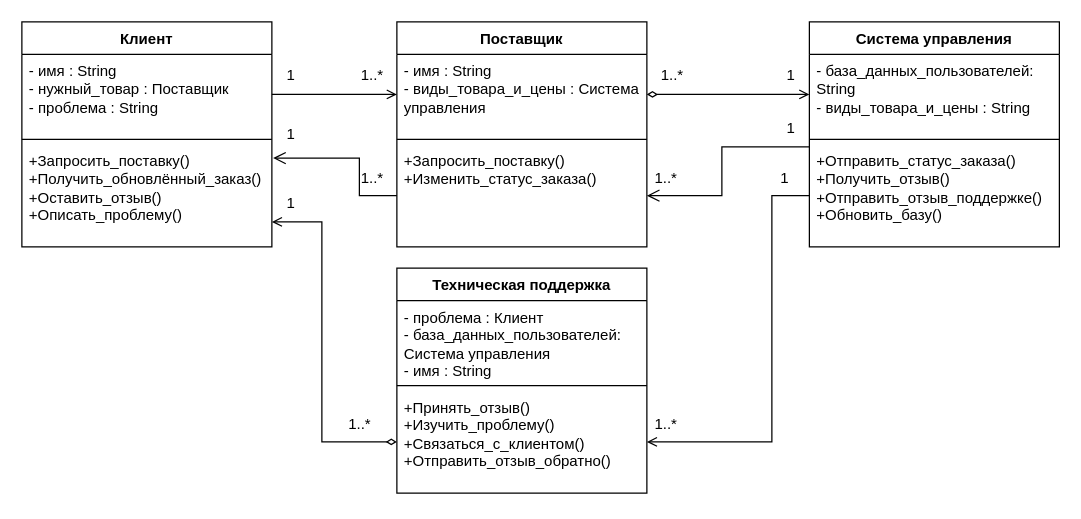
Helpmepleaseitishard/Aikms keeps this draw.io diagram as page "Page-4" (4 of 4) of 2.drawio. Above is the earlier version. Source tidied: cells renumbered, new cells numbered last; positions are measured from the earlier drawing's top-left corner, leaving out a move shared by most shapes. Both pictures are drawn from the tidied source at 125%, with x=0, y=0 at pixel (21, 21).
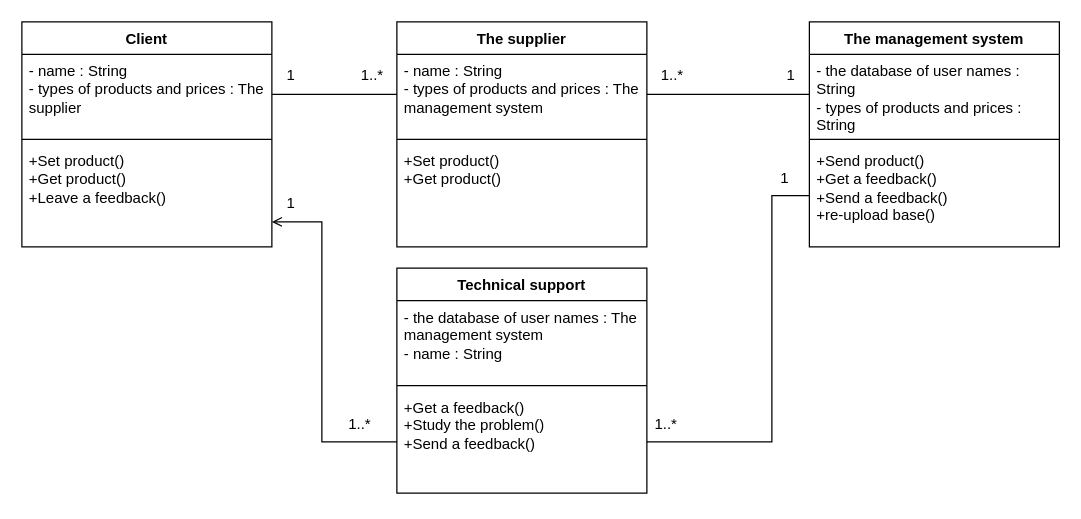
Above is the later version.

Change to the diagram source:
```diff
@@
-    <mxCell id="2" value="Система управления" style="swimlane;fontStyle=1;align=center;verticalAlign=top;horizontal=1;startSize=26;whiteSpace=wrap;html=1;" parent="1" vertex="1">
+    <mxCell id="2" value="The management system" style="swimlane;fontStyle=1;align=center;verticalAlign=top;horizontal=1;startSize=26;whiteSpace=wrap;html=1;" parent="1" vertex="1">
       <mxGeometry x="630" width="200" height="180" as="geometry" />
     </mxCell>
-    <mxCell id="3" value="&lt;div&gt;- база_данных_пользователей: String&lt;/div&gt;&lt;div&gt;&lt;div&gt;&lt;div&gt;- виды_товара_и_цены : String&lt;/div&gt;&lt;/div&gt;&lt;/div&gt;" style="text;strokeColor=none;fillColor=none;align=left;verticalAlign=top;spacingLeft=4;spacingRight=4;overflow=hidden;points=[[0,0.5],[1,0.5]];portConstraint=eastwest;whiteSpace=wrap;html=1;" parent="2" vertex="1">
+    <mxCell id="3" value="&lt;div&gt;- the database of user names : String&lt;/div&gt;&lt;div&gt;&lt;div&gt;&lt;div&gt;-&amp;nbsp;types of&amp;nbsp;&lt;span style=&quot;white-space: pre-wrap;&quot;&gt;&lt;/span&gt;&lt;span style=&quot;white-space: pre-wrap;&quot; class=&quot;aNeGP0gI0B9AV8JaHPyH&quot;&gt;product&lt;/span&gt;s and prices : String&lt;/div&gt;&lt;/div&gt;&lt;/div&gt;" style="text;strokeColor=none;fillColor=none;align=left;verticalAlign=top;spacingLeft=4;spacingRight=4;overflow=hidden;points=[[0,0.5],[1,0.5]];portConstraint=eastwest;whiteSpace=wrap;html=1;" parent="2" vertex="1">
       <mxGeometry y="26" width="200" height="64" as="geometry" />
     </mxCell>
@@
-    <mxCell id="5" value="&lt;div&gt;&lt;div&gt;+Отправить_статус_заказа()&lt;/div&gt;&lt;/div&gt;&lt;div&gt;&lt;div&gt;+Получить_отзыв()&lt;/div&gt;&lt;div&gt;+Отправить_отзыв_поддержке()&lt;/div&gt;&lt;div&gt;+Обновить_базу()&lt;/div&gt;&lt;/div&gt;" style="text;strokeColor=none;fillColor=none;align=left;verticalAlign=top;spacingLeft=4;spacingRight=4;overflow=hidden;points=[[0,0.5],[1,0.5]];portConstraint=eastwest;whiteSpace=wrap;html=1;" parent="2" vertex="1">
+    <mxCell id="5" value="&lt;div&gt;&lt;div&gt;+Send product()&lt;/div&gt;&lt;div&gt;&lt;div&gt;&lt;div&gt;&lt;div&gt;+Get a feedback()&lt;/div&gt;&lt;/div&gt;&lt;/div&gt;&lt;/div&gt;&lt;/div&gt;&lt;div&gt;&lt;div&gt;&lt;div&gt;&lt;div&gt;+Send a feedback()&lt;/div&gt;&lt;/div&gt;&lt;/div&gt;&lt;div&gt;+re-upload base()&lt;/div&gt;&lt;/div&gt;" style="text;strokeColor=none;fillColor=none;align=left;verticalAlign=top;spacingLeft=4;spacingRight=4;overflow=hidden;points=[[0,0.5],[1,0.5]];portConstraint=eastwest;whiteSpace=wrap;html=1;" parent="2" vertex="1">
       <mxGeometry y="98" width="200" height="82" as="geometry" />
     </mxCell>
-    <mxCell id="6" value="Поставщик" style="swimlane;fontStyle=1;align=center;verticalAlign=top;horizontal=1;startSize=26;whiteSpace=wrap;html=1;" parent="1" vertex="1">
+    <mxCell id="6" value="The supplier" style="swimlane;fontStyle=1;align=center;verticalAlign=top;horizontal=1;startSize=26;whiteSpace=wrap;html=1;" parent="1" vertex="1">
       <mxGeometry x="300" width="200" height="180" as="geometry" />
     </mxCell>
-    <mxCell id="7" value="&lt;div&gt;- имя : String&lt;/div&gt;&lt;div&gt;&lt;div&gt;&lt;div&gt;&lt;div&gt;&lt;div&gt;-&amp;nbsp;виды_товара_и_цены : Система управления&lt;/div&gt;&lt;/div&gt;&lt;/div&gt;&lt;/div&gt;&lt;/div&gt;" style="text;strokeColor=none;fillColor=none;align=left;verticalAlign=top;spacingLeft=4;spacingRight=4;overflow=hidden;points=[[0,0.5],[1,0.5]];portConstraint=eastwest;whiteSpace=wrap;html=1;" parent="6" vertex="1">
+    <mxCell id="7" value="&lt;div&gt;- name : String&lt;/div&gt;&lt;div&gt;&lt;div&gt;&lt;div&gt;&lt;div&gt;&lt;div&gt;-&amp;nbsp;types of&amp;nbsp;&lt;span style=&quot;white-space: pre-wrap;&quot;&gt;&lt;/span&gt;&lt;span style=&quot;white-space: pre-wrap;&quot; class=&quot;aNeGP0gI0B9AV8JaHPyH&quot;&gt;product&lt;/span&gt;s and prices : The management system&lt;/div&gt;&lt;/div&gt;&lt;/div&gt;&lt;/div&gt;&lt;/div&gt;" style="text;strokeColor=none;fillColor=none;align=left;verticalAlign=top;spacingLeft=4;spacingRight=4;overflow=hidden;points=[[0,0.5],[1,0.5]];portConstraint=eastwest;whiteSpace=wrap;html=1;" parent="6" vertex="1">
       <mxGeometry y="26" width="200" height="64" as="geometry" />
     </mxCell>
@@
-    <mxCell id="9" value="&lt;div&gt;&lt;div&gt;+Запросить_поставку()&lt;/div&gt;&lt;/div&gt;&lt;div&gt;+Изменить_статус_заказа()&lt;/div&gt;&lt;div&gt;&lt;br&gt;&lt;/div&gt;" style="text;strokeColor=none;fillColor=none;align=left;verticalAlign=top;spacingLeft=4;spacingRight=4;overflow=hidden;points=[[0,0.5],[1,0.5]];portConstraint=eastwest;whiteSpace=wrap;html=1;" parent="6" vertex="1">
+    <mxCell id="9" value="&lt;div&gt;+Set product()&lt;br&gt;&lt;/div&gt;&lt;div&gt;&lt;div&gt;+Get product()&lt;/div&gt;&lt;/div&gt;&lt;div&gt;&lt;div&gt;&lt;br&gt;&lt;/div&gt;&lt;/div&gt;" style="text;strokeColor=none;fillColor=none;align=left;verticalAlign=top;spacingLeft=4;spacingRight=4;overflow=hidden;points=[[0,0.5],[1,0.5]];portConstraint=eastwest;whiteSpace=wrap;html=1;" parent="6" vertex="1">
       <mxGeometry y="98" width="200" height="82" as="geometry" />
     </mxCell>
-    <mxCell id="10" value="Клиент" style="swimlane;fontStyle=1;align=center;verticalAlign=top;horizontal=1;startSize=26;whiteSpace=wrap;html=1;" parent="1" vertex="1">
+    <mxCell id="10" value="Client" style="swimlane;fontStyle=1;align=center;verticalAlign=top;horizontal=1;startSize=26;whiteSpace=wrap;html=1;" parent="1" vertex="1">
       <mxGeometry width="200" height="180" as="geometry" />
     </mxCell>
-    <mxCell id="11" value="&lt;div&gt;- имя : String&lt;/div&gt;&lt;div&gt;&lt;div&gt;&lt;div&gt;- нужный_товар : Поставщик&lt;/div&gt;&lt;div&gt;&lt;div&gt;- проблема : String&lt;/div&gt;&lt;/div&gt;&lt;/div&gt;&lt;/div&gt;" style="text;strokeColor=none;fillColor=none;align=left;verticalAlign=top;spacingLeft=4;spacingRight=4;overflow=hidden;points=[[0,0.5],[1,0.5]];portConstraint=eastwest;whiteSpace=wrap;html=1;" parent="10" vertex="1">
+    <mxCell id="11" value="&lt;div&gt;- name : String&lt;/div&gt;&lt;div&gt;&lt;div&gt;&lt;div&gt;- types of&amp;nbsp;&lt;span style=&quot;white-space: pre-wrap;&quot;&gt;&lt;/span&gt;&lt;span style=&quot;white-space: pre-wrap;&quot; class=&quot;aNeGP0gI0B9AV8JaHPyH&quot;&gt;product&lt;/span&gt;s and prices : The supplier&lt;/div&gt;&lt;/div&gt;&lt;/div&gt;" style="text;strokeColor=none;fillColor=none;align=left;verticalAlign=top;spacingLeft=4;spacingRight=4;overflow=hidden;points=[[0,0.5],[1,0.5]];portConstraint=eastwest;whiteSpace=wrap;html=1;" parent="10" vertex="1">
       <mxGeometry y="26" width="200" height="64" as="geometry" />
     </mxCell>
@@
-    <mxCell id="13" value="&lt;div&gt;+Запросить_поставку()&lt;/div&gt;&lt;div&gt;&lt;div&gt;+Получить_обновлённый_заказ()&lt;/div&gt;&lt;/div&gt;&lt;div&gt;+Оставить_отзыв()&lt;/div&gt;&lt;div&gt;&lt;div&gt;+Описать_проблему()&lt;/div&gt;&lt;/div&gt;" style="text;strokeColor=none;fillColor=none;align=left;verticalAlign=top;spacingLeft=4;spacingRight=4;overflow=hidden;points=[[0,0.5],[1,0.5]];portConstraint=eastwest;whiteSpace=wrap;html=1;" parent="10" vertex="1">
+    <mxCell id="13" value="&lt;div&gt;+Set product()&lt;br&gt;&lt;/div&gt;&lt;div&gt;&lt;div&gt;+Get product()&lt;/div&gt;&lt;/div&gt;&lt;div&gt;+Leave a feedback()&lt;/div&gt;" style="text;strokeColor=none;fillColor=none;align=left;verticalAlign=top;spacingLeft=4;spacingRight=4;overflow=hidden;points=[[0,0.5],[1,0.5]];portConstraint=eastwest;whiteSpace=wrap;html=1;" parent="10" vertex="1">
       <mxGeometry y="98" width="200" height="82" as="geometry" />
     </mxCell>
-    <mxCell id="14" style="edgeStyle=orthogonalEdgeStyle;rounded=0;jettySize=auto;html=1;strokeWidth=1;endArrow=open;endFill=0;startArrow=diamondThin;startFill=0;exitX=0;exitY=0.5;exitDx=0;exitDy=0;" parent="1" edge="1" source="18">
+    <mxCell id="14" style="edgeStyle=orthogonalEdgeStyle;rounded=0;jettySize=auto;html=1;strokeWidth=1;endArrow=open;endFill=0;startArrow=none;startFill=0;exitX=0;exitY=0.5;exitDx=0;exitDy=0;" parent="1" edge="1" source="18">
       <mxGeometry relative="1" as="geometry">
         <mxPoint x="200" y="160" as="targetPoint" />
         <Array as="points">
           <mxPoint x="240" y="336" />
           <mxPoint x="240" y="160" />
           <mxPoint x="200" y="160" />
         </Array>
       </mxGeometry>
     </mxCell>
-    <mxCell id="15" value="Техническая поддержка" style="swimlane;fontStyle=1;align=center;verticalAlign=top;horizontal=1;startSize=26;whiteSpace=wrap;html=1;" parent="1" vertex="1">
+    <mxCell id="15" value="Technical support" style="swimlane;fontStyle=1;align=center;verticalAlign=top;horizontal=1;startSize=26;whiteSpace=wrap;html=1;" parent="1" vertex="1">
       <mxGeometry x="300" y="197" width="200" height="180" as="geometry" />
     </mxCell>
-    <mxCell id="16" value="&lt;div&gt;- проблема : Клиент&lt;/div&gt;&lt;div&gt;&lt;div&gt;&lt;div&gt;- база_данных_пользователей: Система управления&lt;div&gt;&lt;div&gt;- имя : String&lt;/div&gt;&lt;/div&gt;&lt;/div&gt;&lt;/div&gt;&lt;/div&gt;" style="text;strokeColor=none;fillColor=none;align=left;verticalAlign=top;spacingLeft=4;spacingRight=4;overflow=hidden;whiteSpace=wrap;html=1;" parent="15" vertex="1">
+    <mxCell id="16" value="&lt;div&gt;- the database of user names : The management system&lt;div&gt;&lt;div&gt;&lt;div&gt;- name : String&lt;/div&gt;&lt;/div&gt;&lt;/div&gt;&lt;/div&gt;" style="text;strokeColor=none;fillColor=none;align=left;verticalAlign=top;spacingLeft=4;spacingRight=4;overflow=hidden;whiteSpace=wrap;html=1;" parent="15" vertex="1">
       <mxGeometry y="26" width="200" height="64" as="geometry" />
     </mxCell>
@@
-    <mxCell id="18" value="&lt;div&gt;+Принять_отзыв()&lt;/div&gt;&lt;div&gt;+Изучить_проблему()&lt;/div&gt;&lt;div&gt;&lt;div&gt;+Связаться_с_клиентом()&lt;/div&gt;&lt;/div&gt;&lt;div&gt;&lt;div&gt;+Отправить_отзыв_обратно()&lt;/div&gt;&lt;/div&gt;" style="text;strokeColor=none;fillColor=none;align=left;verticalAlign=top;spacingLeft=4;spacingRight=4;overflow=hidden;points=[[0,0.5],[1,0.5]];portConstraint=eastwest;whiteSpace=wrap;html=1;" parent="15" vertex="1">
+    <mxCell id="18" value="&lt;div&gt;&lt;div&gt;&lt;div&gt;&lt;div&gt;&lt;div&gt;+Get a feedback()&lt;/div&gt;&lt;/div&gt;&lt;/div&gt;&lt;/div&gt;&lt;/div&gt;&lt;div&gt;+Study the problem()&lt;/div&gt;&lt;div&gt;&lt;div&gt;&lt;div&gt;&lt;div&gt;&lt;div&gt;+Send a feedback()&lt;/div&gt;&lt;/div&gt;&lt;/div&gt;&lt;/div&gt;&lt;/div&gt;" style="text;strokeColor=none;fillColor=none;align=left;verticalAlign=top;spacingLeft=4;spacingRight=4;overflow=hidden;points=[[0,0.5],[1,0.5]];portConstraint=eastwest;whiteSpace=wrap;html=1;" parent="15" vertex="1">
       <mxGeometry y="98" width="200" height="82" as="geometry" />
     </mxCell>
-    <mxCell id="19" style="edgeStyle=orthogonalEdgeStyle;rounded=0;jettySize=auto;html=1;exitX=1;exitY=0.5;exitDx=0;exitDy=0;entryX=0;entryY=0.5;entryDx=0;entryDy=0;strokeWidth=1;endArrow=open;endFill=0;" parent="1" edge="1" source="11" target="7">
+    <mxCell id="19" style="edgeStyle=orthogonalEdgeStyle;rounded=0;jettySize=auto;html=1;exitX=1;exitY=0.5;exitDx=0;exitDy=0;entryX=0;entryY=0.5;entryDx=0;entryDy=0;strokeWidth=1;endArrow=none;endFill=0;startFill=0;" parent="1" edge="1" source="11" target="7">
       <mxGeometry relative="1" as="geometry" />
     </mxCell>
-    <mxCell id="20" style="edgeStyle=orthogonalEdgeStyle;rounded=0;jettySize=auto;html=1;exitX=1;exitY=0.5;exitDx=0;exitDy=0;entryX=0;entryY=0.5;entryDx=0;entryDy=0;endArrow=open;endFill=0;startArrow=diamondThin;startFill=0;" parent="1" edge="1" source="7" target="3">
+    <mxCell id="20" style="edgeStyle=orthogonalEdgeStyle;rounded=0;jettySize=auto;html=1;exitX=1;exitY=0.5;exitDx=0;exitDy=0;entryX=0;entryY=0.5;entryDx=0;entryDy=0;endArrow=none;endFill=0;startArrow=none;startFill=0;" parent="1" edge="1" source="7" target="3">
       <mxGeometry relative="1" as="geometry" />
     </mxCell>
-    <mxCell id="21" style="edgeStyle=orthogonalEdgeStyle;rounded=0;jettySize=auto;html=1;exitX=0;exitY=0.5;exitDx=0;exitDy=0;entryX=1;entryY=0.5;entryDx=0;entryDy=0;endArrow=open;endFill=0;" parent="1" edge="1" source="5" target="18">
+    <mxCell id="21" style="edgeStyle=orthogonalEdgeStyle;rounded=0;jettySize=auto;html=1;exitX=0;exitY=0.5;exitDx=0;exitDy=0;entryX=1;entryY=0.5;entryDx=0;entryDy=0;endArrow=none;endFill=0;startFill=0;" parent="1" edge="1" source="5" target="18">
       <mxGeometry relative="1" as="geometry">
         <Array as="points">
           <mxPoint x="600" y="139" />
           <mxPoint x="600" y="336" />
         </Array>
       </mxGeometry>
     </mxCell>
@@
-    <mxCell id="30" style="edgeStyle=none;curved=0;rounded=0;jettySize=auto;html=1;exitX=0;exitY=0.5;exitDx=0;exitDy=0;entryX=1.005;entryY=0.134;entryDx=0;entryDy=0;entryPerimeter=0;fontSize=12;startSize=8;endSize=8;endArrow=open;endFill=0;" parent="1" edge="1" source="9" target="13">
-      <mxGeometry relative="1" as="geometry">
-        <Array as="points">
-          <mxPoint x="270" y="139" />
-          <mxPoint x="270" y="109" />
-        </Array>
-      </mxGeometry>
-    </mxCell>
-    <mxCell id="31" style="edgeStyle=none;curved=0;rounded=0;jettySize=auto;html=1;entryX=1;entryY=0.5;entryDx=0;entryDy=0;fontSize=12;startSize=8;endSize=8;endArrow=open;endFill=0;" parent="1" edge="1" target="9">
-      <mxGeometry relative="1" as="geometry">
-        <mxPoint x="630" y="100" as="sourcePoint" />
-        <Array as="points">
-          <mxPoint x="630" y="100" />
-          <mxPoint x="560" y="100" />
-          <mxPoint x="560" y="139" />
-        </Array>
-      </mxGeometry>
-    </mxCell>
-    <mxCell id="32" value="1" style="text;html=1;align=center;verticalAlign=middle;strokeColor=none;fillColor=none;" parent="1" vertex="1">
-      <mxGeometry x="200" y="75" width="30" height="30" as="geometry" />
-    </mxCell>
-    <mxCell id="33" value="1..*" style="text;html=1;align=center;verticalAlign=middle;strokeColor=none;fillColor=none;" parent="1" vertex="1">
-      <mxGeometry x="260" y="110" width="40" height="30" as="geometry" />
-    </mxCell>
-    <mxCell id="34" value="1..*" style="text;html=1;align=center;verticalAlign=middle;strokeColor=none;fillColor=none;" parent="1" vertex="1">
-      <mxGeometry x="495" y="110" width="40" height="30" as="geometry" />
-    </mxCell>
-    <mxCell id="35" value="1" style="text;html=1;align=center;verticalAlign=middle;strokeColor=none;fillColor=none;" parent="1" vertex="1">
-      <mxGeometry x="600" y="70" width="30" height="30" as="geometry" />
-    </mxCell>
```
